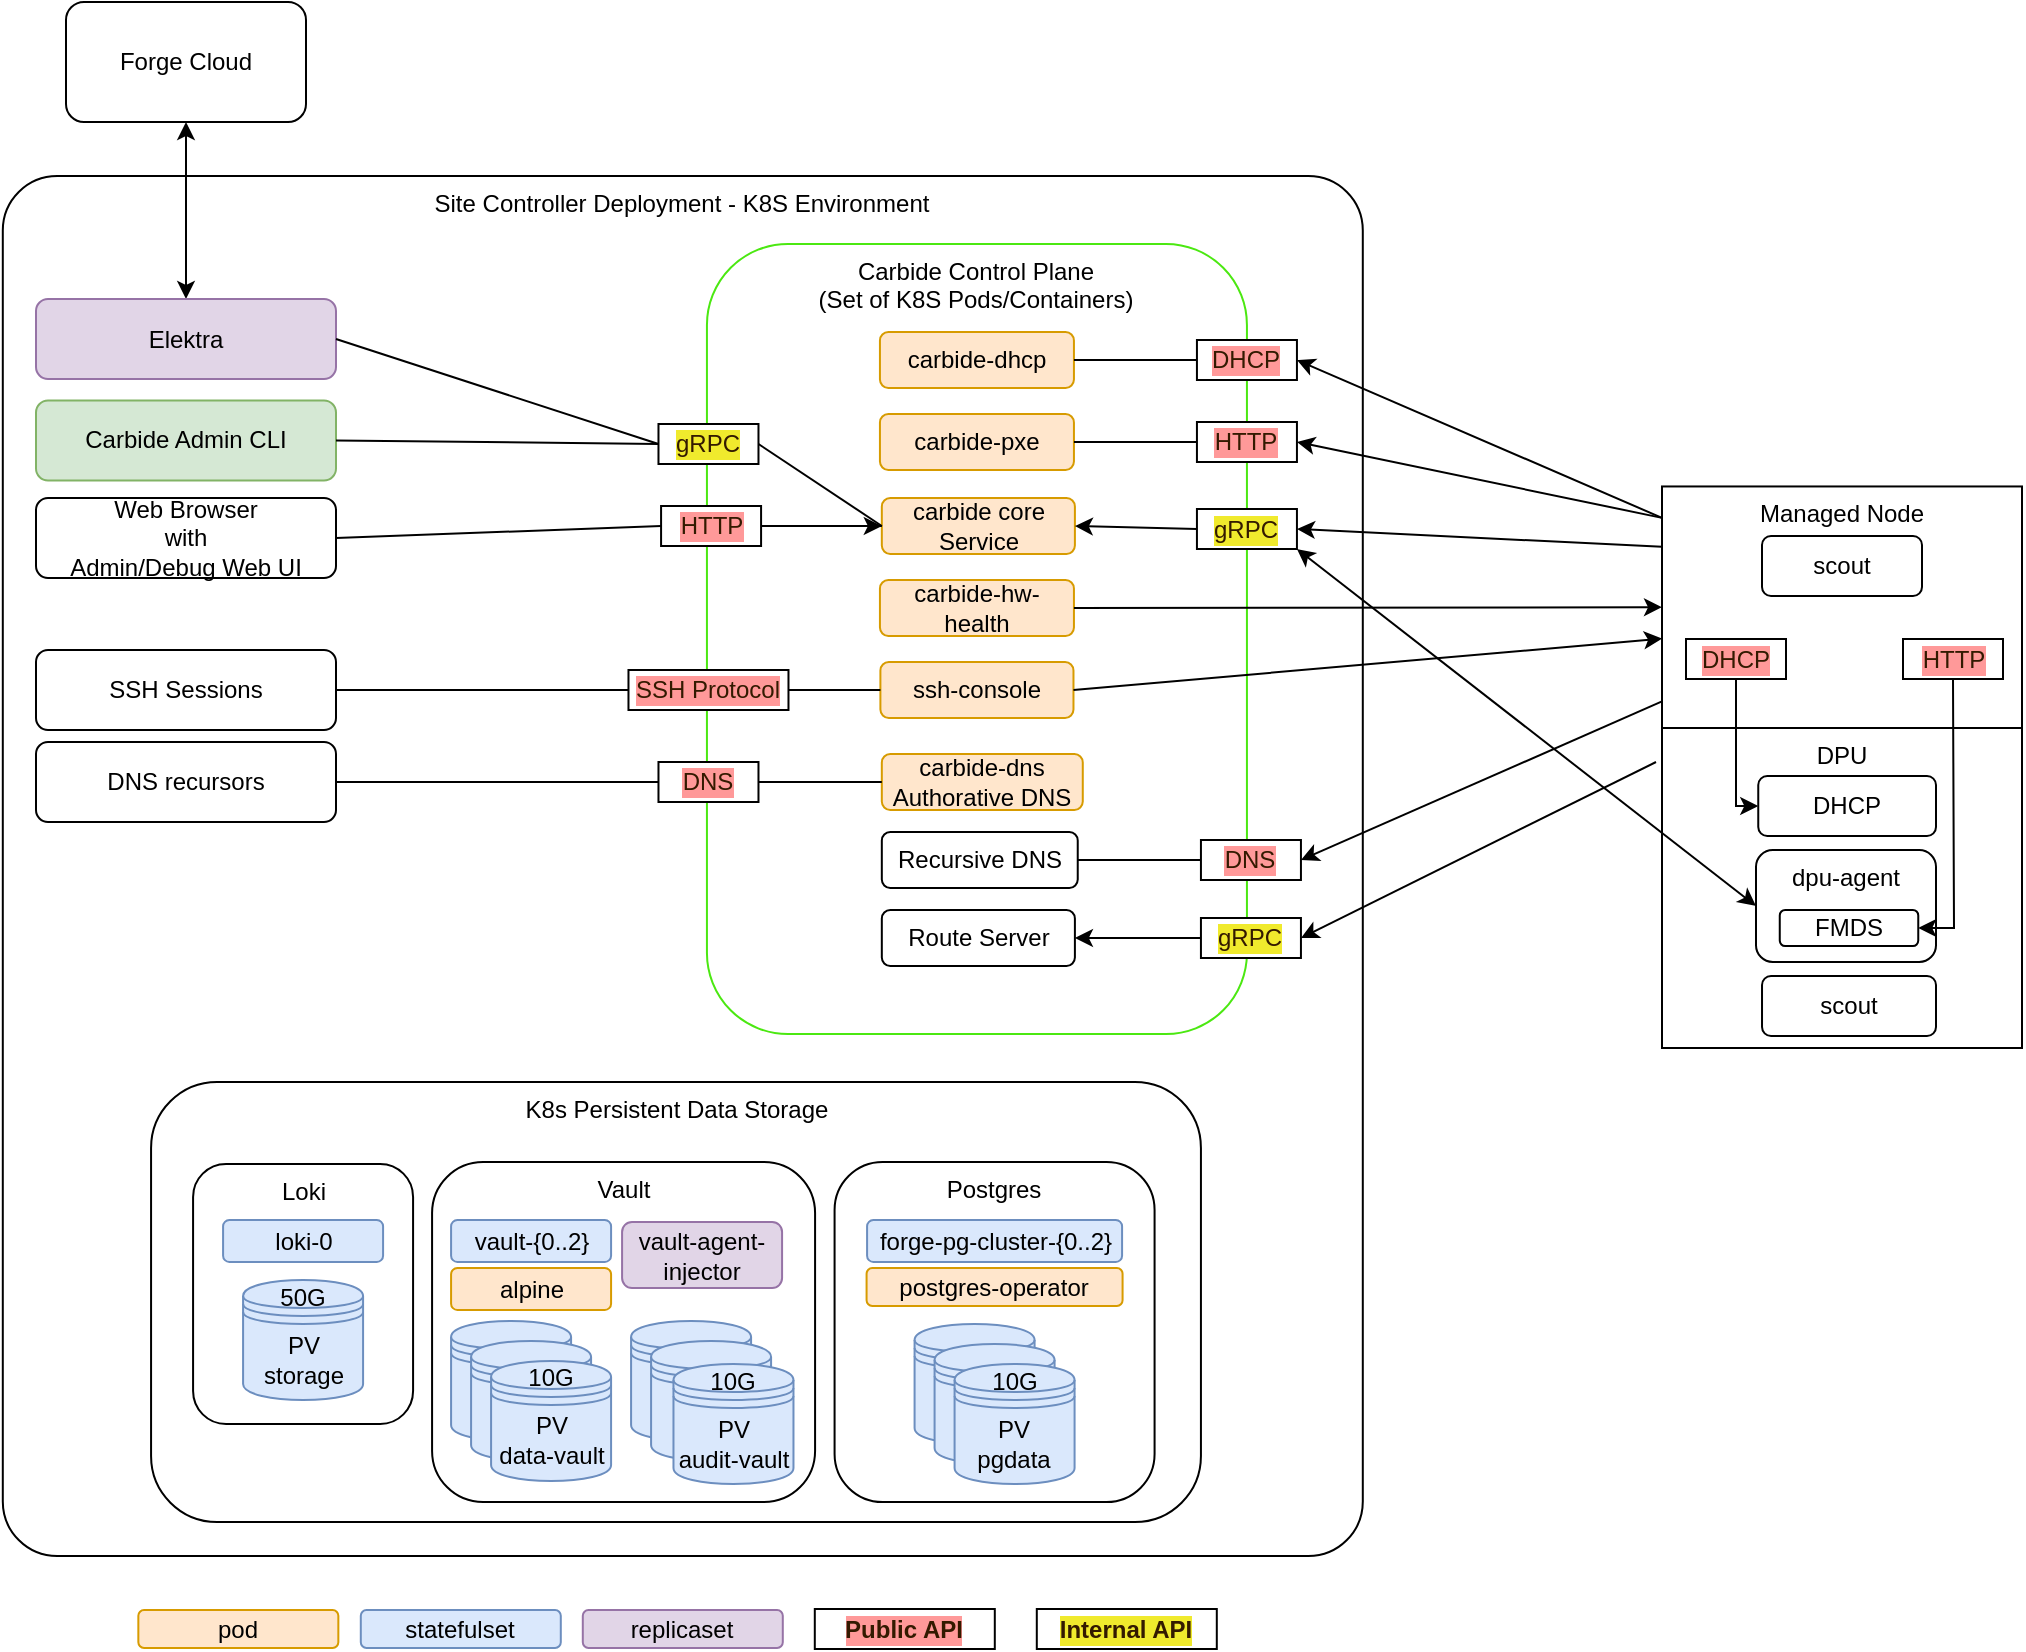
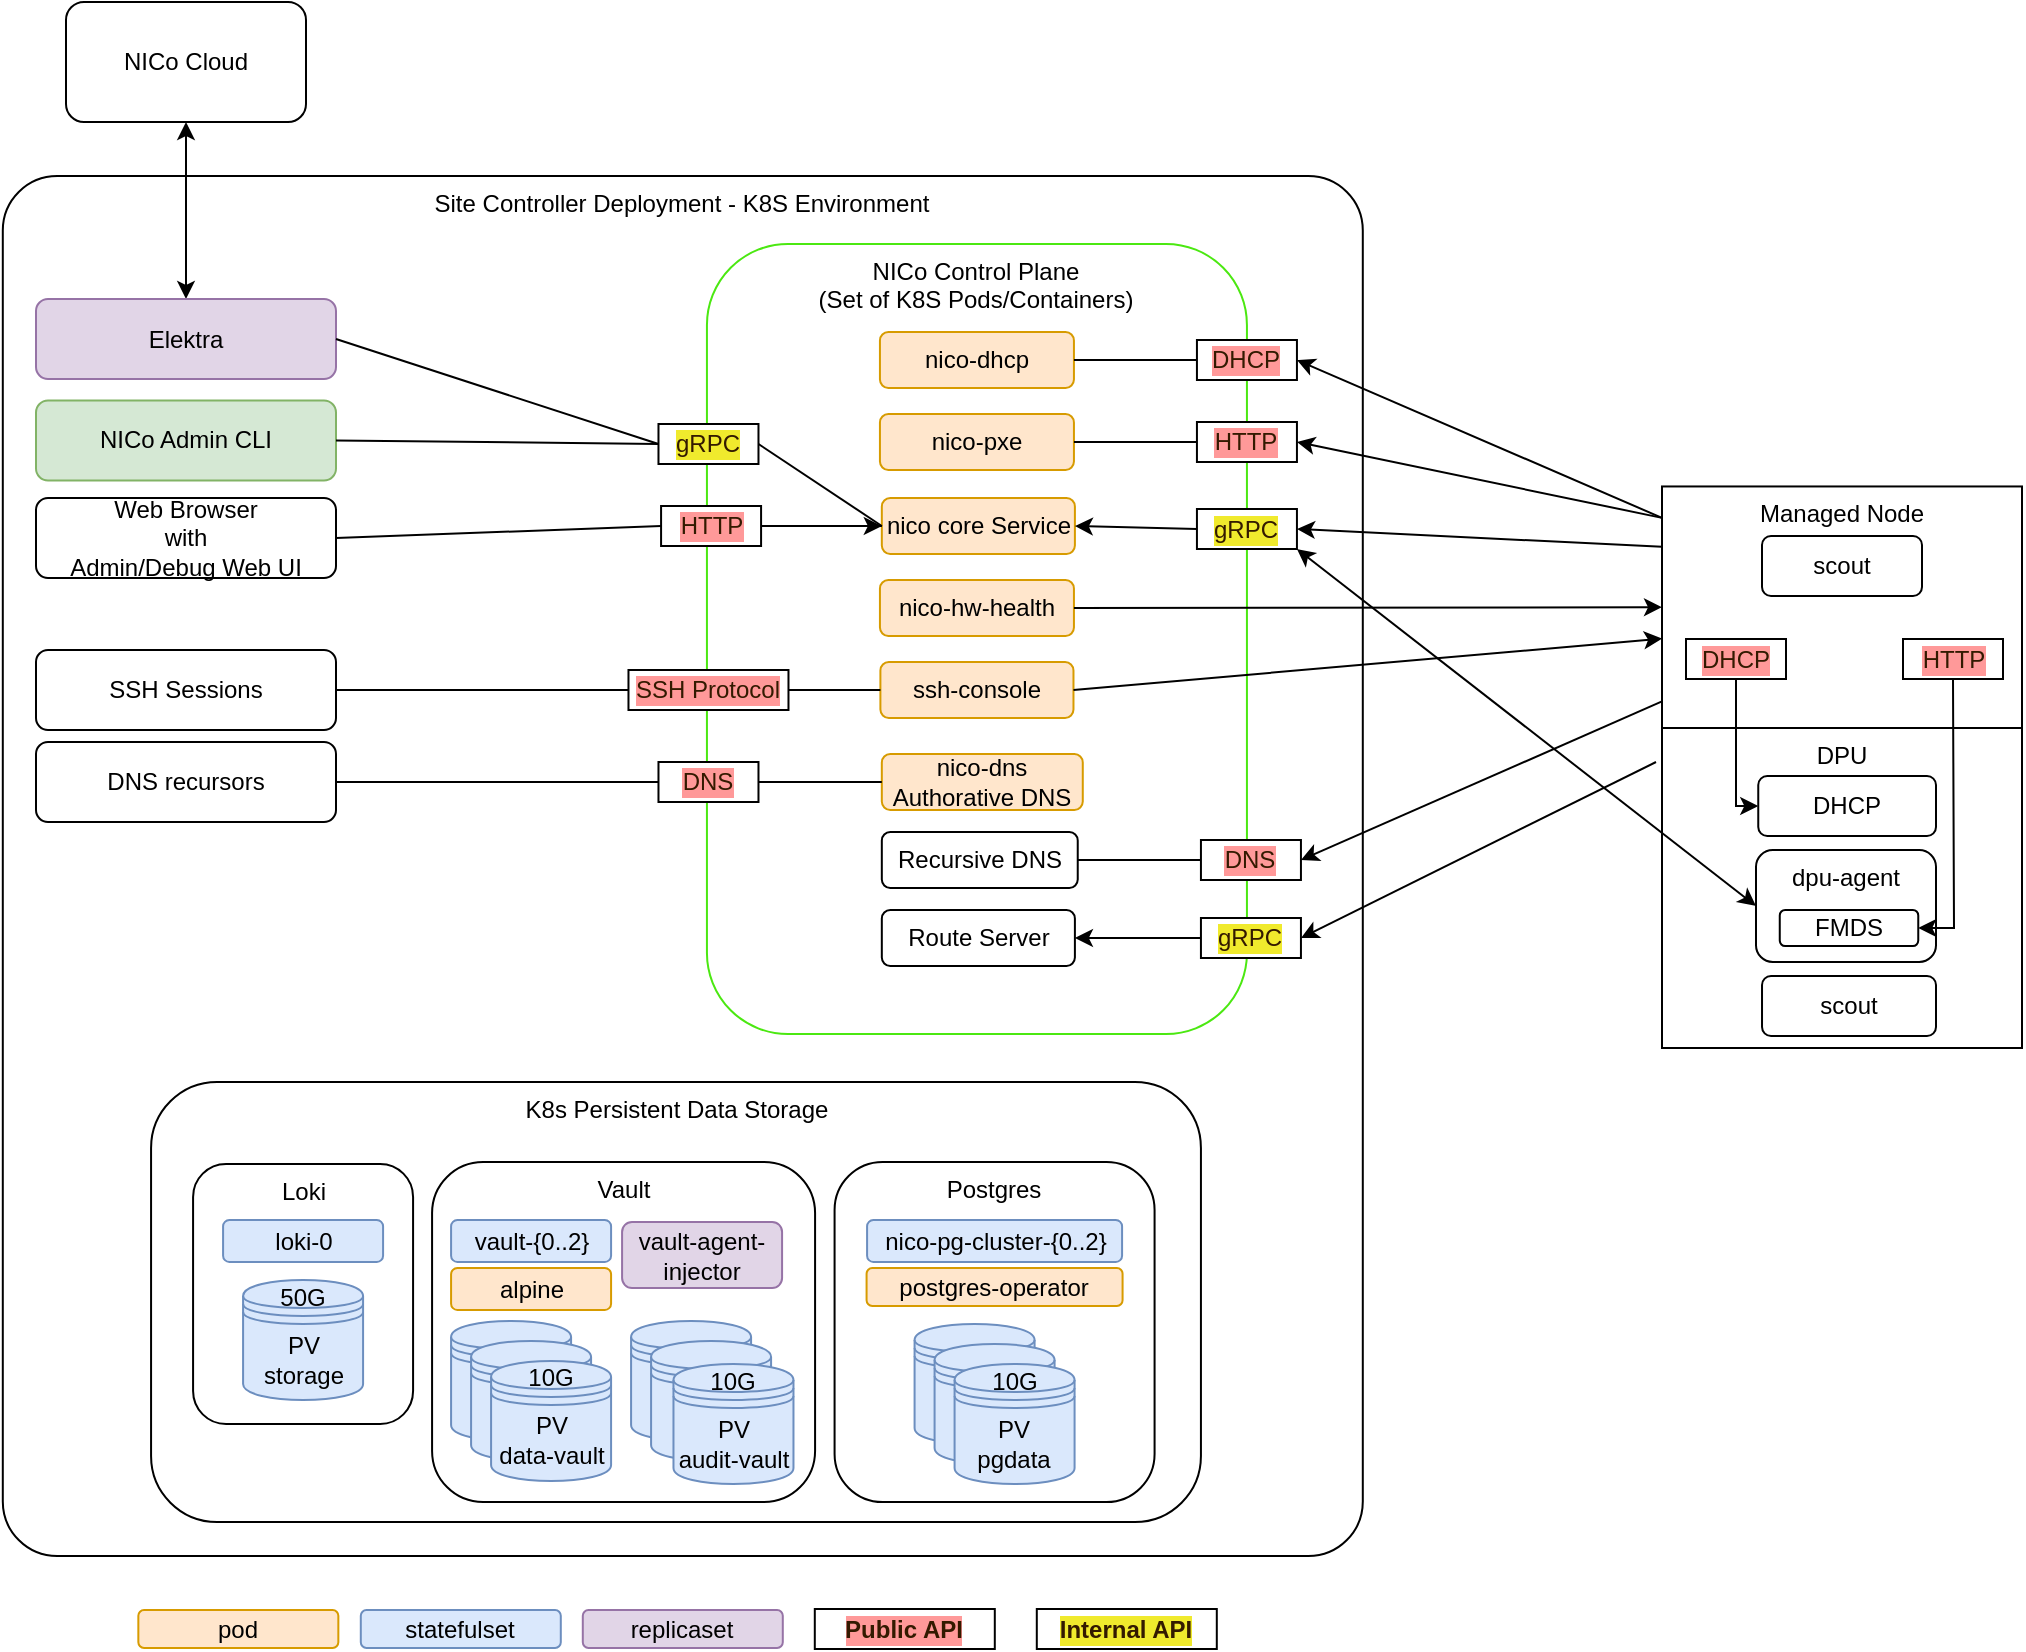
<mxfile host="65bd71144e" pages="2">
    <diagram id="R2lEEEUBdFMjLlhIrx00" name="Overview">
        <mxGraphModel dx="1166" dy="430" grid="1" gridSize="10" guides="1" tooltips="1" connect="1" arrows="1" fold="1" page="1" pageScale="1" pageWidth="1100" pageHeight="850" math="0" shadow="0" extFonts="Permanent Marker^https://fonts.googleapis.com/css?family=Permanent+Marker">
            <root>
                <mxCell id="0"/>
                <mxCell id="1" parent="0"/>
                <mxCell id="wGNIvQwCsBn2g2Wclrgp-5" value="DPU" style="rounded=0;whiteSpace=wrap;html=1;verticalAlign=top;" parent="1" vertex="1">
                    <mxGeometry x="853" y="373" width="180" height="160" as="geometry"/>
                </mxCell>
                <mxCell id="OnUyD9epwY-l-0xxfrMa-27" value="Site Controller Deployment - K8S Environment" style="rounded=1;whiteSpace=wrap;html=1;arcSize=4;verticalAlign=top;" parent="1" vertex="1">
                    <mxGeometry x="23.4" y="97" width="680" height="690" as="geometry"/>
                </mxCell>
                <mxCell id="OnUyD9epwY-l-0xxfrMa-1" value="K8s Persistent Data Storage" style="rounded=1;whiteSpace=wrap;html=1;verticalAlign=top;" parent="1" vertex="1">
                    <mxGeometry x="97.53500000000003" y="550" width="524.93" height="220" as="geometry"/>
                </mxCell>
                <mxCell id="7C67GhcwbR5JgGBr9r55-4" style="edgeStyle=orthogonalEdgeStyle;rounded=0;orthogonalLoop=1;jettySize=auto;html=1;exitX=0.5;exitY=1;exitDx=0;exitDy=0;entryX=0.5;entryY=0;entryDx=0;entryDy=0;strokeColor=default;startArrow=classic;startFill=1;" parent="1" source="7C67GhcwbR5JgGBr9r55-3" target="7C67GhcwbR5JgGBr9r55-6" edge="1">
                    <mxGeometry relative="1" as="geometry"/>
                </mxCell>
-                 <mxCell id="7C67GhcwbR5JgGBr9r55-3" value="Forge Cloud" style="rounded=1;whiteSpace=wrap;html=1;" parent="1" vertex="1">
+                 <mxCell id="7C67GhcwbR5JgGBr9r55-3" value="NICo Cloud" style="rounded=1;whiteSpace=wrap;html=1;" parent="1" vertex="1">
                    <mxGeometry x="55" y="10" width="120" height="60" as="geometry"/>
                </mxCell>
-                 <mxCell id="7C67GhcwbR5JgGBr9r55-5" value="Carbide Control Plane&lt;br&gt;(Set of K8S Pods/Containers)" style="rounded=1;whiteSpace=wrap;html=1;verticalAlign=top;strokeColor=#4be811;" parent="1" vertex="1">
+                 <mxCell id="7C67GhcwbR5JgGBr9r55-5" value="NICo Control Plane&lt;br&gt;(Set of K8S Pods/Containers)" style="rounded=1;whiteSpace=wrap;html=1;verticalAlign=top;strokeColor=#4be811;" parent="1" vertex="1">
                    <mxGeometry x="375.47" y="131" width="270" height="395" as="geometry"/>
                </mxCell>
                <mxCell id="7C67GhcwbR5JgGBr9r55-6" value="Elektra" style="rounded=1;whiteSpace=wrap;html=1;verticalAlign=middle;fillColor=#e1d5e7;strokeColor=#9673a6;" parent="1" vertex="1">
                    <mxGeometry x="40" y="158.5" width="150" height="40" as="geometry"/>
                </mxCell>
-                 <mxCell id="7C67GhcwbR5JgGBr9r55-8" value="forge-pg-cluster-{0..2}" style="rounded=1;whiteSpace=wrap;html=1;fillColor=#dae8fc;strokeColor=#6c8ebf;" parent="1" vertex="1">
+                 <mxCell id="7C67GhcwbR5JgGBr9r55-8" value="nico-pg-cluster-{0..2}" style="rounded=1;whiteSpace=wrap;html=1;fillColor=#dae8fc;strokeColor=#6c8ebf;" parent="1" vertex="1">
                    <mxGeometry x="455.5400000000001" y="619" width="127.5" height="21" as="geometry"/>
                </mxCell>
                <mxCell id="7C67GhcwbR5JgGBr9r55-9" value="vault-{0..2}" style="rounded=1;whiteSpace=wrap;html=1;fillColor=#dae8fc;strokeColor=#6c8ebf;" parent="1" vertex="1">
                    <mxGeometry x="247.54000000000002" y="619" width="80" height="21" as="geometry"/>
                </mxCell>
                <mxCell id="7C67GhcwbR5JgGBr9r55-15" value="gRPC" style="html=1;whiteSpace=wrap;container=1;recursiveResize=0;collapsible=0;labelBackgroundColor=#f0ea2d;fontColor=#331A00;" parent="1" vertex="1">
                    <mxGeometry x="351.24" y="221" width="50" height="20" as="geometry"/>
                </mxCell>
                <mxCell id="7C67GhcwbR5JgGBr9r55-19" value="" style="shape=datastore;whiteSpace=wrap;html=1;fillColor=#dae8fc;strokeColor=#6c8ebf;" parent="1" vertex="1">
                    <mxGeometry x="247.54000000000002" y="669.5" width="60" height="60" as="geometry"/>
                </mxCell>
                <mxCell id="7C67GhcwbR5JgGBr9r55-21" value="" style="shape=datastore;whiteSpace=wrap;html=1;fillColor=#dae8fc;strokeColor=#6c8ebf;" parent="1" vertex="1">
                    <mxGeometry x="257.54" y="679.5" width="60" height="60" as="geometry"/>
                </mxCell>
                <mxCell id="7C67GhcwbR5JgGBr9r55-22" value="PV&lt;br&gt;data-vault" style="shape=datastore;whiteSpace=wrap;html=1;fillColor=#dae8fc;strokeColor=#6c8ebf;" parent="1" vertex="1">
                    <mxGeometry x="267.54" y="689.5" width="60" height="60" as="geometry"/>
                </mxCell>
                <mxCell id="7C67GhcwbR5JgGBr9r55-27" value="" style="shape=datastore;whiteSpace=wrap;html=1;fillColor=#dae8fc;strokeColor=#6c8ebf;" parent="1" vertex="1">
                    <mxGeometry x="479.2900000000001" y="671" width="60" height="60" as="geometry"/>
                </mxCell>
                <mxCell id="7C67GhcwbR5JgGBr9r55-28" value="" style="shape=datastore;whiteSpace=wrap;html=1;fillColor=#dae8fc;strokeColor=#6c8ebf;" parent="1" vertex="1">
                    <mxGeometry x="489.2900000000001" y="681" width="60" height="60" as="geometry"/>
                </mxCell>
                <mxCell id="7C67GhcwbR5JgGBr9r55-29" value="PV&lt;br&gt;pgdata" style="shape=datastore;whiteSpace=wrap;html=1;fillColor=#dae8fc;strokeColor=#6c8ebf;" parent="1" vertex="1">
                    <mxGeometry x="499.2900000000001" y="691" width="60" height="60" as="geometry"/>
                </mxCell>
-                 <mxCell id="7C67GhcwbR5JgGBr9r55-32" value="carbide-dhcp" style="rounded=1;whiteSpace=wrap;html=1;fillColor=#ffe6cc;strokeColor=#d79b00;" parent="1" vertex="1">
+                 <mxCell id="7C67GhcwbR5JgGBr9r55-32" value="nico-dhcp" style="rounded=1;whiteSpace=wrap;html=1;fillColor=#ffe6cc;strokeColor=#d79b00;" parent="1" vertex="1">
                    <mxGeometry x="461.97" y="175" width="97" height="28" as="geometry"/>
                </mxCell>
-                 <mxCell id="7C67GhcwbR5JgGBr9r55-33" value="carbide-pxe" style="rounded=1;whiteSpace=wrap;html=1;fillColor=#ffe6cc;strokeColor=#d79b00;" parent="1" vertex="1">
+                 <mxCell id="7C67GhcwbR5JgGBr9r55-33" value="nico-pxe" style="rounded=1;whiteSpace=wrap;html=1;fillColor=#ffe6cc;strokeColor=#d79b00;" parent="1" vertex="1">
                    <mxGeometry x="461.97" y="216" width="97" height="28" as="geometry"/>
                </mxCell>
-                 <mxCell id="7C67GhcwbR5JgGBr9r55-35" value="carbide-hw-health" style="rounded=1;whiteSpace=wrap;html=1;fillColor=#ffe6cc;strokeColor=#d79b00;" parent="1" vertex="1">
+                 <mxCell id="7C67GhcwbR5JgGBr9r55-35" value="nico-hw-health" style="rounded=1;whiteSpace=wrap;html=1;fillColor=#ffe6cc;strokeColor=#d79b00;" parent="1" vertex="1">
                    <mxGeometry x="461.97" y="299" width="97" height="28" as="geometry"/>
                </mxCell>
                <mxCell id="7C67GhcwbR5JgGBr9r55-36" value="ssh-console" style="rounded=1;whiteSpace=wrap;html=1;fillColor=#ffe6cc;strokeColor=#d79b00;" parent="1" vertex="1">
                    <mxGeometry x="462.20000000000005" y="340" width="96.54" height="28" as="geometry"/>
                </mxCell>
                <mxCell id="7C67GhcwbR5JgGBr9r55-39" value="Route Server" style="rounded=1;whiteSpace=wrap;html=1;" parent="1" vertex="1">
                    <mxGeometry x="462.91" y="464" width="96.54" height="28" as="geometry"/>
                </mxCell>
                <mxCell id="7C67GhcwbR5JgGBr9r55-40" value="Recursive DNS" style="rounded=1;whiteSpace=wrap;html=1;" parent="1" vertex="1">
                    <mxGeometry x="462.91" y="425" width="97.96" height="28" as="geometry"/>
                </mxCell>
-                 <mxCell id="7C67GhcwbR5JgGBr9r55-41" value="carbide core Service" style="rounded=1;whiteSpace=wrap;html=1;fillColor=#ffe6cc;strokeColor=#d79b00;" parent="1" vertex="1">
+                 <mxCell id="7C67GhcwbR5JgGBr9r55-41" value="nico core Service" style="rounded=1;whiteSpace=wrap;html=1;fillColor=#ffe6cc;strokeColor=#d79b00;" parent="1" vertex="1">
                    <mxGeometry x="462.90999999999997" y="258" width="96.54" height="28" as="geometry"/>
                </mxCell>
                <mxCell id="7C67GhcwbR5JgGBr9r55-42" value="" style="endArrow=none;startArrow=classic;html=1;rounded=0;exitX=1;exitY=0.5;exitDx=0;exitDy=0;startFill=1;endFill=0;entryX=0;entryY=0.25;entryDx=0;entryDy=0;entryPerimeter=0;" parent="1" source="7C67GhcwbR5JgGBr9r55-43" target="08AUorAj9b1juGsJN-gT-1" edge="1">
                    <mxGeometry width="50" height="50" relative="1" as="geometry">
                        <mxPoint x="600" y="394" as="sourcePoint"/>
                        <mxPoint x="850" y="300" as="targetPoint"/>
                    </mxGeometry>
                </mxCell>
                <mxCell id="7C67GhcwbR5JgGBr9r55-44" value="" style="endArrow=none;startArrow=classic;html=1;rounded=0;entryX=0;entryY=0.5;entryDx=0;entryDy=0;exitX=1;exitY=0.5;exitDx=0;exitDy=0;endFill=0;" parent="1" source="7C67GhcwbR5JgGBr9r55-41" target="7C67GhcwbR5JgGBr9r55-43" edge="1">
                    <mxGeometry width="50" height="50" relative="1" as="geometry">
                        <mxPoint x="512.47" y="310" as="sourcePoint"/>
                        <mxPoint x="802.47" y="310" as="targetPoint"/>
                    </mxGeometry>
                </mxCell>
                <mxCell id="7C67GhcwbR5JgGBr9r55-43" value="gRPC" style="html=1;whiteSpace=wrap;container=1;recursiveResize=0;collapsible=0;labelBackgroundColor=#f0ea2d;fontColor=#331A00;" parent="1" vertex="1">
                    <mxGeometry x="620.47" y="263.5" width="50" height="20" as="geometry"/>
                </mxCell>
                <mxCell id="7C67GhcwbR5JgGBr9r55-45" value="DHCP" style="rounded=1;whiteSpace=wrap;html=1;" parent="1" vertex="1">
                    <mxGeometry x="901.13" y="397" width="88.87" height="30" as="geometry"/>
                </mxCell>
                <mxCell id="7C67GhcwbR5JgGBr9r55-47" value="dpu-agent" style="rounded=1;whiteSpace=wrap;html=1;verticalAlign=top;" parent="1" vertex="1">
                    <mxGeometry x="900" y="434" width="90" height="56" as="geometry"/>
                </mxCell>
                <mxCell id="7C67GhcwbR5JgGBr9r55-50" value="" style="endArrow=none;html=1;rounded=0;entryX=1;entryY=0.5;entryDx=0;entryDy=0;exitX=0;exitY=0.5;exitDx=0;exitDy=0;endFill=0;" parent="1" source="7C67GhcwbR5JgGBr9r55-51" target="7C67GhcwbR5JgGBr9r55-40" edge="1">
                    <mxGeometry width="50" height="50" relative="1" as="geometry">
                        <mxPoint x="762.47" y="380" as="sourcePoint"/>
                        <mxPoint x="682.47" y="460" as="targetPoint"/>
                    </mxGeometry>
                </mxCell>
                <mxCell id="7C67GhcwbR5JgGBr9r55-53" value="" style="endArrow=classic;html=1;rounded=0;exitX=0;exitY=0.89;exitDx=0;exitDy=0;entryX=1;entryY=0.5;entryDx=0;entryDy=0;exitPerimeter=0;" parent="1" source="08AUorAj9b1juGsJN-gT-1" target="7C67GhcwbR5JgGBr9r55-51" edge="1">
                    <mxGeometry width="50" height="50" relative="1" as="geometry">
                        <mxPoint x="920" y="364" as="sourcePoint"/>
                        <mxPoint x="590" y="476" as="targetPoint"/>
                    </mxGeometry>
                </mxCell>
                <mxCell id="7C67GhcwbR5JgGBr9r55-51" value="DNS" style="html=1;whiteSpace=wrap;container=1;recursiveResize=0;collapsible=0;labelBackgroundColor=#FF9999;fontColor=#331A00;rotation=0;" parent="1" vertex="1">
                    <mxGeometry x="622.47" y="429" width="50" height="20" as="geometry"/>
                </mxCell>
                <mxCell id="7C67GhcwbR5JgGBr9r55-54" value="" style="endArrow=classic;html=1;rounded=0;entryX=1;entryY=0.5;entryDx=0;entryDy=0;" parent="1" target="7C67GhcwbR5JgGBr9r55-55" edge="1">
                    <mxGeometry width="50" height="50" relative="1" as="geometry">
                        <mxPoint x="850" y="390" as="sourcePoint"/>
                        <mxPoint x="650" y="514" as="targetPoint"/>
                    </mxGeometry>
                </mxCell>
                <mxCell id="7C67GhcwbR5JgGBr9r55-55" value="gRPC" style="html=1;whiteSpace=wrap;container=1;recursiveResize=0;collapsible=0;labelBackgroundColor=#f0ea2d;fontColor=#331A00;" parent="1" vertex="1">
                    <mxGeometry x="622.47" y="468" width="50" height="20" as="geometry"/>
                </mxCell>
                <mxCell id="7C67GhcwbR5JgGBr9r55-57" value="" style="endArrow=classic;html=1;rounded=0;exitX=0;exitY=0.5;exitDx=0;exitDy=0;entryX=1;entryY=0.5;entryDx=0;entryDy=0;" parent="1" source="7C67GhcwbR5JgGBr9r55-55" target="7C67GhcwbR5JgGBr9r55-39" edge="1">
                    <mxGeometry width="50" height="50" relative="1" as="geometry">
                        <mxPoint x="632.47" y="510" as="sourcePoint"/>
                        <mxPoint x="682.47" y="460" as="targetPoint"/>
                    </mxGeometry>
                </mxCell>
                <mxCell id="7C67GhcwbR5JgGBr9r55-59" value="" style="endArrow=classic;html=1;rounded=0;entryX=0;entryY=0.63;entryDx=0;entryDy=0;exitX=1;exitY=0.5;exitDx=0;exitDy=0;entryPerimeter=0;" parent="1" source="7C67GhcwbR5JgGBr9r55-36" target="08AUorAj9b1juGsJN-gT-1" edge="1">
                    <mxGeometry width="50" height="50" relative="1" as="geometry">
                        <mxPoint x="600" y="564" as="sourcePoint"/>
                        <mxPoint x="650" y="514" as="targetPoint"/>
                    </mxGeometry>
                </mxCell>
-                 <mxCell id="7C67GhcwbR5JgGBr9r55-61" value="carbide-dns&lt;br&gt;Authorative DNS" style="rounded=1;whiteSpace=wrap;html=1;fillColor=#ffe6cc;strokeColor=#d79b00;" parent="1" vertex="1">
+                 <mxCell id="7C67GhcwbR5JgGBr9r55-61" value="nico-dns&lt;br&gt;Authorative DNS" style="rounded=1;whiteSpace=wrap;html=1;fillColor=#ffe6cc;strokeColor=#d79b00;" parent="1" vertex="1">
                    <mxGeometry x="462.91" y="386" width="100.48" height="28" as="geometry"/>
                </mxCell>
                <mxCell id="7C67GhcwbR5JgGBr9r55-62" value="loki-0" style="rounded=1;whiteSpace=wrap;html=1;labelBackgroundColor=none;fillColor=#dae8fc;strokeColor=#6c8ebf;" parent="1" vertex="1">
                    <mxGeometry x="133.54" y="619" width="80" height="21" as="geometry"/>
                </mxCell>
                <mxCell id="7C67GhcwbR5JgGBr9r55-63" value="" style="shape=datastore;whiteSpace=wrap;html=1;fillColor=#dae8fc;strokeColor=#6c8ebf;" parent="1" vertex="1">
                    <mxGeometry x="337.54" y="669.5" width="60" height="60" as="geometry"/>
                </mxCell>
                <mxCell id="7C67GhcwbR5JgGBr9r55-64" value="" style="shape=datastore;whiteSpace=wrap;html=1;fillColor=#dae8fc;strokeColor=#6c8ebf;" parent="1" vertex="1">
                    <mxGeometry x="347.54" y="679.5" width="60" height="60" as="geometry"/>
                </mxCell>
                <mxCell id="7C67GhcwbR5JgGBr9r55-65" value="PV&lt;br&gt;audit-vault" style="shape=datastore;whiteSpace=wrap;html=1;fillColor=#dae8fc;strokeColor=#6c8ebf;" parent="1" vertex="1">
                    <mxGeometry x="358.74" y="691" width="60" height="60" as="geometry"/>
                </mxCell>
                <mxCell id="7C67GhcwbR5JgGBr9r55-66" value="Postgres" style="rounded=1;whiteSpace=wrap;html=1;strokeWidth=1;perimeterSpacing=1;fillColor=none;verticalAlign=top;" parent="1" vertex="1">
                    <mxGeometry x="439.2900000000001" y="590" width="160" height="170" as="geometry"/>
                </mxCell>
                <mxCell id="7C67GhcwbR5JgGBr9r55-68" value="Vault" style="rounded=1;whiteSpace=wrap;html=1;strokeWidth=1;perimeterSpacing=1;fillColor=none;verticalAlign=top;" parent="1" vertex="1">
                    <mxGeometry x="238.04000000000002" y="590" width="191.5" height="170" as="geometry"/>
                </mxCell>
                <mxCell id="08AUorAj9b1juGsJN-gT-1" value="Managed Node" style="rounded=0;whiteSpace=wrap;html=1;verticalAlign=top;points=[[0,0,0,0,0],[0,0.13,0,0,0],[0,0.25,0,0,0],[0,0.38,0,0,0],[0,0.5,0,0,0],[0,0.63,0,0,0],[0,0.75,0,0,0],[0,0.89,0,0,0],[0,1,0,0,0],[0.25,0,0,0,0],[0.25,1,0,0,0],[0.5,0,0,0,0],[0.5,1,0,0,0],[0.75,0,0,0,0],[0.75,1,0,0,0],[1,0,0,0,0],[1,0.25,0,0,0],[1,0.5,0,0,0],[1,0.75,0,0,0],[1,1,0,0,0]];" parent="1" vertex="1">
                    <mxGeometry x="853" y="252.23" width="180" height="120.77" as="geometry"/>
                </mxCell>
                <mxCell id="08AUorAj9b1juGsJN-gT-2" value="scout" style="rounded=1;whiteSpace=wrap;html=1;" parent="1" vertex="1">
                    <mxGeometry x="903" y="277" width="80" height="30" as="geometry"/>
                </mxCell>
                <mxCell id="08AUorAj9b1juGsJN-gT-3" value="PV &lt;br&gt;storage" style="shape=datastore;whiteSpace=wrap;html=1;fillColor=#dae8fc;strokeColor=#6c8ebf;" parent="1" vertex="1">
                    <mxGeometry x="143.54000000000002" y="649" width="60" height="60" as="geometry"/>
                </mxCell>
                <mxCell id="08AUorAj9b1juGsJN-gT-4" value="Loki" style="rounded=1;whiteSpace=wrap;html=1;strokeWidth=1;perimeterSpacing=1;fillColor=none;verticalAlign=top;" parent="1" vertex="1">
                    <mxGeometry x="118.53999999999999" y="591" width="110" height="130" as="geometry"/>
                </mxCell>
                <mxCell id="08AUorAj9b1juGsJN-gT-5" value="" style="endArrow=none;html=1;rounded=0;exitX=0;exitY=0.5;exitDx=0;exitDy=0;entryX=1;entryY=0.5;entryDx=0;entryDy=0;endFill=0;" parent="1" source="08AUorAj9b1juGsJN-gT-6" target="7C67GhcwbR5JgGBr9r55-32" edge="1">
                    <mxGeometry width="50" height="50" relative="1" as="geometry">
                        <mxPoint x="742.47" y="505" as="sourcePoint"/>
                        <mxPoint x="792.47" y="455" as="targetPoint"/>
                    </mxGeometry>
                </mxCell>
                <mxCell id="08AUorAj9b1juGsJN-gT-8" value="" style="endArrow=classic;html=1;rounded=0;exitX=0;exitY=0.13;exitDx=0;exitDy=0;exitPerimeter=0;entryX=1;entryY=0.5;entryDx=0;entryDy=0;" parent="1" source="08AUorAj9b1juGsJN-gT-1" target="08AUorAj9b1juGsJN-gT-6" edge="1">
                    <mxGeometry width="50" height="50" relative="1" as="geometry">
                        <mxPoint x="900" y="288" as="sourcePoint"/>
                        <mxPoint x="590" y="195" as="targetPoint"/>
                    </mxGeometry>
                </mxCell>
                <mxCell id="08AUorAj9b1juGsJN-gT-6" value="DHCP" style="html=1;whiteSpace=wrap;container=1;recursiveResize=0;collapsible=0;labelBackgroundColor=#ff9999;fontColor=#331A00;" parent="1" vertex="1">
                    <mxGeometry x="620.47" y="179" width="50" height="20" as="geometry"/>
                </mxCell>
                <mxCell id="08AUorAj9b1juGsJN-gT-9" value="" style="endArrow=classic;html=1;rounded=0;exitX=0;exitY=0.13;exitDx=0;exitDy=0;exitPerimeter=0;entryX=1;entryY=0.5;entryDx=0;entryDy=0;" parent="1" source="08AUorAj9b1juGsJN-gT-1" target="08AUorAj9b1juGsJN-gT-11" edge="1">
                    <mxGeometry width="50" height="50" relative="1" as="geometry">
                        <mxPoint x="870" y="284" as="sourcePoint"/>
                        <mxPoint x="790" y="274" as="targetPoint"/>
                    </mxGeometry>
                </mxCell>
                <mxCell id="08AUorAj9b1juGsJN-gT-10" value="" style="endArrow=none;html=1;rounded=0;exitX=0;exitY=0.5;exitDx=0;exitDy=0;entryX=1;entryY=0.5;entryDx=0;entryDy=0;endFill=0;" parent="1" source="08AUorAj9b1juGsJN-gT-11" target="7C67GhcwbR5JgGBr9r55-33" edge="1">
                    <mxGeometry width="50" height="50" relative="1" as="geometry">
                        <mxPoint x="742.47" y="543" as="sourcePoint"/>
                        <mxPoint x="622.47" y="234" as="targetPoint"/>
                    </mxGeometry>
                </mxCell>
                <mxCell id="08AUorAj9b1juGsJN-gT-11" value="&lt;span style=&quot;color: rgb(51, 26, 0);&quot;&gt;HTTP&lt;/span&gt;" style="html=1;whiteSpace=wrap;container=1;recursiveResize=0;collapsible=0;labelBackgroundColor=#ff9999;fontColor=#331A00;" parent="1" vertex="1">
                    <mxGeometry x="620.47" y="220" width="50" height="20" as="geometry"/>
                </mxCell>
                <mxCell id="08AUorAj9b1juGsJN-gT-12" value="" style="endArrow=classic;html=1;rounded=0;exitX=1;exitY=0.5;exitDx=0;exitDy=0;entryX=0;entryY=0.5;entryDx=0;entryDy=0;entryPerimeter=0;" parent="1" source="7C67GhcwbR5JgGBr9r55-35" target="08AUorAj9b1juGsJN-gT-1" edge="1">
                    <mxGeometry width="50" height="50" relative="1" as="geometry">
                        <mxPoint x="710" y="504" as="sourcePoint"/>
                        <mxPoint x="760" y="454" as="targetPoint"/>
                    </mxGeometry>
                </mxCell>
                <mxCell id="08AUorAj9b1juGsJN-gT-13" value="replicaset" style="rounded=1;whiteSpace=wrap;html=1;fillColor=#e1d5e7;strokeColor=#9673a6;" parent="1" vertex="1">
                    <mxGeometry x="313.4" y="814" width="100" height="19" as="geometry"/>
                </mxCell>
                <mxCell id="08AUorAj9b1juGsJN-gT-14" value="statefulset" style="rounded=1;whiteSpace=wrap;html=1;fillColor=#dae8fc;strokeColor=#6c8ebf;" parent="1" vertex="1">
                    <mxGeometry x="202.4" y="814" width="100" height="19" as="geometry"/>
                </mxCell>
                <mxCell id="08AUorAj9b1juGsJN-gT-15" value="postgres-operator" style="rounded=1;whiteSpace=wrap;html=1;fillColor=#ffe6cc;strokeColor=#d79b00;" parent="1" vertex="1">
                    <mxGeometry x="455.2900000000001" y="643" width="128" height="19" as="geometry"/>
                </mxCell>
                <mxCell id="08AUorAj9b1juGsJN-gT-16" value="alpine" style="rounded=1;whiteSpace=wrap;html=1;fillColor=#ffe6cc;strokeColor=#d79b00;" parent="1" vertex="1">
                    <mxGeometry x="247.54000000000002" y="643" width="80" height="21" as="geometry"/>
                </mxCell>
                <mxCell id="08AUorAj9b1juGsJN-gT-17" value="vault-agent-injector" style="rounded=1;whiteSpace=wrap;html=1;fillColor=#e1d5e7;strokeColor=#9673a6;" parent="1" vertex="1">
                    <mxGeometry x="333.04" y="620" width="80" height="33" as="geometry"/>
                </mxCell>
                <mxCell id="08AUorAj9b1juGsJN-gT-19" value="pod" style="rounded=1;whiteSpace=wrap;html=1;fillColor=#ffe6cc;strokeColor=#d79b00;" parent="1" vertex="1">
                    <mxGeometry x="91.16999999999999" y="814" width="100" height="19" as="geometry"/>
                </mxCell>
                <mxCell id="OnUyD9epwY-l-0xxfrMa-2" value="DNS recursors" style="rounded=1;whiteSpace=wrap;html=1;" parent="1" vertex="1">
                    <mxGeometry x="40" y="380" width="150" height="40" as="geometry"/>
                </mxCell>
                <mxCell id="OnUyD9epwY-l-0xxfrMa-4" value="" style="endArrow=none;html=1;rounded=0;exitX=1;exitY=0.5;exitDx=0;exitDy=0;entryX=0;entryY=0.5;entryDx=0;entryDy=0;" parent="1" source="OnUyD9epwY-l-0xxfrMa-3" target="7C67GhcwbR5JgGBr9r55-61" edge="1">
                    <mxGeometry width="50" height="50" relative="1" as="geometry">
                        <mxPoint x="552.47" y="581" as="sourcePoint"/>
                        <mxPoint x="602.47" y="531" as="targetPoint"/>
                    </mxGeometry>
                </mxCell>
                <mxCell id="OnUyD9epwY-l-0xxfrMa-6" value="" style="endArrow=none;html=1;rounded=0;exitX=1;exitY=0.5;exitDx=0;exitDy=0;entryX=0;entryY=0.5;entryDx=0;entryDy=0;" parent="1" source="OnUyD9epwY-l-0xxfrMa-2" target="OnUyD9epwY-l-0xxfrMa-3" edge="1">
                    <mxGeometry width="50" height="50" relative="1" as="geometry">
                        <mxPoint x="191" y="482" as="sourcePoint"/>
                        <mxPoint x="359" y="481" as="targetPoint"/>
                    </mxGeometry>
                </mxCell>
                <mxCell id="OnUyD9epwY-l-0xxfrMa-3" value="DNS" style="html=1;whiteSpace=wrap;container=1;recursiveResize=0;collapsible=0;labelBackgroundColor=#FF9999;fontColor=#331A00;rotation=0;" parent="1" vertex="1">
                    <mxGeometry x="351.24" y="390" width="50" height="20" as="geometry"/>
                </mxCell>
                <mxCell id="OnUyD9epwY-l-0xxfrMa-7" value="Public API" style="html=1;whiteSpace=wrap;container=1;recursiveResize=0;collapsible=0;labelBackgroundColor=#FF9999;fontColor=#331A00;rotation=0;fontStyle=1" parent="1" vertex="1">
                    <mxGeometry x="429.4" y="813.5" width="90" height="20" as="geometry"/>
                </mxCell>
                <mxCell id="OnUyD9epwY-l-0xxfrMa-8" value="Internal API" style="html=1;whiteSpace=wrap;container=1;recursiveResize=0;collapsible=0;labelBackgroundColor=#f0ea2d;fontColor=#331A00;fontStyle=1" parent="1" vertex="1">
                    <mxGeometry x="540.4" y="813.5" width="90" height="20" as="geometry"/>
                </mxCell>
-                 <mxCell id="OnUyD9epwY-l-0xxfrMa-9" value="Carbide Admin CLI" style="rounded=1;whiteSpace=wrap;html=1;verticalAlign=middle;fillColor=#d5e8d4;strokeColor=#82b366;" parent="1" vertex="1">
+                 <mxCell id="OnUyD9epwY-l-0xxfrMa-9" value="NICo Admin CLI" style="rounded=1;whiteSpace=wrap;html=1;verticalAlign=middle;fillColor=#d5e8d4;strokeColor=#82b366;" parent="1" vertex="1">
                    <mxGeometry x="40" y="209.23" width="150" height="40" as="geometry"/>
                </mxCell>
                <mxCell id="OnUyD9epwY-l-0xxfrMa-10" value="" style="endArrow=none;html=1;rounded=0;entryX=1;entryY=0.5;entryDx=0;entryDy=0;exitX=0;exitY=0.5;exitDx=0;exitDy=0;" parent="1" source="7C67GhcwbR5JgGBr9r55-15" target="7C67GhcwbR5JgGBr9r55-6" edge="1">
                    <mxGeometry width="50" height="50" relative="1" as="geometry">
                        <mxPoint x="520" y="580" as="sourcePoint"/>
                        <mxPoint x="570" y="530" as="targetPoint"/>
                    </mxGeometry>
                </mxCell>
                <mxCell id="OnUyD9epwY-l-0xxfrMa-11" value="" style="endArrow=none;html=1;rounded=0;entryX=1;entryY=0.5;entryDx=0;entryDy=0;exitX=0;exitY=0.5;exitDx=0;exitDy=0;" parent="1" source="7C67GhcwbR5JgGBr9r55-15" target="OnUyD9epwY-l-0xxfrMa-9" edge="1">
                    <mxGeometry width="50" height="50" relative="1" as="geometry">
                        <mxPoint x="310" y="260" as="sourcePoint"/>
                        <mxPoint x="200" y="205" as="targetPoint"/>
                    </mxGeometry>
                </mxCell>
                <mxCell id="OnUyD9epwY-l-0xxfrMa-12" value="Web Browser&lt;br&gt;with&lt;br&gt;Admin/Debug Web UI" style="rounded=1;whiteSpace=wrap;html=1;" parent="1" vertex="1">
                    <mxGeometry x="40" y="258" width="150" height="40" as="geometry"/>
                </mxCell>
                <mxCell id="OnUyD9epwY-l-0xxfrMa-17" value="" style="endArrow=none;html=1;rounded=0;entryX=1;entryY=0.5;entryDx=0;entryDy=0;exitX=0;exitY=0.5;exitDx=0;exitDy=0;" parent="1" source="7C67GhcwbR5JgGBr9r55-41" target="7C67GhcwbR5JgGBr9r55-15" edge="1">
                    <mxGeometry width="50" height="50" relative="1" as="geometry">
                        <mxPoint x="361.47" y="241" as="sourcePoint"/>
                        <mxPoint x="232.47" y="206" as="targetPoint"/>
                    </mxGeometry>
                </mxCell>
                <mxCell id="OnUyD9epwY-l-0xxfrMa-18" value="" style="endArrow=none;html=1;rounded=0;exitX=1;exitY=0.5;exitDx=0;exitDy=0;entryX=0;entryY=0.5;entryDx=0;entryDy=0;" parent="1" source="OnUyD9epwY-l-0xxfrMa-12" target="3" edge="1">
                    <mxGeometry width="50" height="50" relative="1" as="geometry">
                        <mxPoint x="520" y="575" as="sourcePoint"/>
                        <mxPoint x="346" y="272" as="targetPoint"/>
                    </mxGeometry>
                </mxCell>
                <mxCell id="OnUyD9epwY-l-0xxfrMa-19" value="" style="endArrow=none;html=1;rounded=0;entryX=0;entryY=0.5;entryDx=0;entryDy=0;exitX=1;exitY=0.5;exitDx=0;exitDy=0;" parent="1" target="7C67GhcwbR5JgGBr9r55-41" edge="1">
                    <mxGeometry width="50" height="50" relative="1" as="geometry">
                        <mxPoint x="407.24" y="272" as="sourcePoint"/>
                        <mxPoint x="530.24" y="340" as="targetPoint"/>
                    </mxGeometry>
                </mxCell>
                <mxCell id="OnUyD9epwY-l-0xxfrMa-21" value="SSH Sessions" style="rounded=1;whiteSpace=wrap;html=1;" parent="1" vertex="1">
                    <mxGeometry x="40" y="334" width="150" height="40" as="geometry"/>
                </mxCell>
                <mxCell id="OnUyD9epwY-l-0xxfrMa-22" value="" style="endArrow=none;html=1;rounded=0;exitX=1;exitY=0.5;exitDx=0;exitDy=0;entryX=0;entryY=0.5;entryDx=0;entryDy=0;" parent="1" source="OnUyD9epwY-l-0xxfrMa-24" target="7C67GhcwbR5JgGBr9r55-36" edge="1">
                    <mxGeometry width="50" height="50" relative="1" as="geometry">
                        <mxPoint x="416.24" y="354" as="sourcePoint"/>
                        <mxPoint x="602.47" y="531" as="targetPoint"/>
                    </mxGeometry>
                </mxCell>
                <mxCell id="OnUyD9epwY-l-0xxfrMa-25" value="" style="endArrow=none;html=1;rounded=0;exitX=1;exitY=0.5;exitDx=0;exitDy=0;entryX=0;entryY=0.5;entryDx=0;entryDy=0;" parent="1" source="OnUyD9epwY-l-0xxfrMa-21" target="OnUyD9epwY-l-0xxfrMa-24" edge="1">
                    <mxGeometry width="50" height="50" relative="1" as="geometry">
                        <mxPoint x="190" y="374" as="sourcePoint"/>
                        <mxPoint x="430" y="324" as="targetPoint"/>
                    </mxGeometry>
                </mxCell>
                <mxCell id="OnUyD9epwY-l-0xxfrMa-24" value="SSH Protocol" style="html=1;whiteSpace=wrap;container=1;recursiveResize=0;collapsible=0;labelBackgroundColor=#FF9999;fontColor=#331A00;rotation=0;" parent="1" vertex="1">
                    <mxGeometry x="336.24" y="344" width="80" height="20" as="geometry"/>
                </mxCell>
                <mxCell id="wGNIvQwCsBn2g2Wclrgp-1" value="" style="endArrow=classic;startArrow=classic;html=1;rounded=0;startFill=1;endFill=1;entryX=0;entryY=0.5;entryDx=0;entryDy=0;exitX=1;exitY=1;exitDx=0;exitDy=0;" parent="1" source="7C67GhcwbR5JgGBr9r55-43" target="7C67GhcwbR5JgGBr9r55-47" edge="1">
                    <mxGeometry width="50" height="50" relative="1" as="geometry">
                        <mxPoint x="730" y="290" as="sourcePoint"/>
                        <mxPoint x="910" y="284" as="targetPoint"/>
                    </mxGeometry>
                </mxCell>
                <mxCell id="wGNIvQwCsBn2g2Wclrgp-14" value="DHCP" style="html=1;whiteSpace=wrap;container=1;recursiveResize=0;collapsible=0;labelBackgroundColor=#ff9999;fontColor=#331A00;" parent="1" vertex="1">
                    <mxGeometry x="865" y="328.5" width="50" height="20" as="geometry"/>
                </mxCell>
                <mxCell id="wGNIvQwCsBn2g2Wclrgp-17" value="HTTP" style="html=1;whiteSpace=wrap;container=1;recursiveResize=0;collapsible=0;labelBackgroundColor=#ff9999;fontColor=#331A00;" parent="1" vertex="1">
                    <mxGeometry x="973.5" y="328.5" width="50" height="20" as="geometry"/>
                </mxCell>
                <mxCell id="wGNIvQwCsBn2g2Wclrgp-26" value="10G" style="text;html=1;align=center;verticalAlign=middle;whiteSpace=wrap;rounded=0;" parent="1" vertex="1">
                    <mxGeometry x="510.79" y="691" width="37" height="17" as="geometry"/>
                </mxCell>
                <mxCell id="wGNIvQwCsBn2g2Wclrgp-27" value="10G" style="text;html=1;align=center;verticalAlign=middle;whiteSpace=wrap;rounded=0;" parent="1" vertex="1">
                    <mxGeometry x="279.03999999999996" y="689.5" width="37" height="17" as="geometry"/>
                </mxCell>
                <mxCell id="wGNIvQwCsBn2g2Wclrgp-28" value="50G" style="text;html=1;align=center;verticalAlign=middle;whiteSpace=wrap;rounded=0;" parent="1" vertex="1">
                    <mxGeometry x="155.03999999999996" y="649" width="37" height="17" as="geometry"/>
                </mxCell>
                <mxCell id="wGNIvQwCsBn2g2Wclrgp-29" value="10G" style="text;html=1;align=center;verticalAlign=middle;whiteSpace=wrap;rounded=0;" parent="1" vertex="1">
                    <mxGeometry x="370.24" y="691" width="37" height="17" as="geometry"/>
                </mxCell>
                <mxCell id="wGNIvQwCsBn2g2Wclrgp-30" value="scout" style="rounded=1;whiteSpace=wrap;html=1;" parent="1" vertex="1">
                    <mxGeometry x="903.01" y="497" width="86.99" height="30" as="geometry"/>
                </mxCell>
                <mxCell id="wGNIvQwCsBn2g2Wclrgp-31" value="FMDS" style="rounded=1;whiteSpace=wrap;html=1;" parent="1" vertex="1">
                    <mxGeometry x="911.88" y="464" width="69.25" height="18" as="geometry"/>
                </mxCell>
                <mxCell id="wGNIvQwCsBn2g2Wclrgp-35" value="" style="endArrow=none;html=1;rounded=0;exitX=1;exitY=0.5;exitDx=0;exitDy=0;entryX=0.5;entryY=1;entryDx=0;entryDy=0;endFill=0;startArrow=classic;startFill=1;" parent="1" source="wGNIvQwCsBn2g2Wclrgp-31" target="wGNIvQwCsBn2g2Wclrgp-17" edge="1">
                    <mxGeometry width="50" height="50" relative="1" as="geometry">
                        <mxPoint x="1000" y="449" as="sourcePoint"/>
                        <mxPoint x="1050" y="399" as="targetPoint"/>
                        <Array as="points">
                            <mxPoint x="999" y="473"/>
                        </Array>
                    </mxGeometry>
                </mxCell>
                <mxCell id="wGNIvQwCsBn2g2Wclrgp-36" value="" style="endArrow=none;html=1;rounded=0;exitX=0;exitY=0.5;exitDx=0;exitDy=0;entryX=0.5;entryY=1;entryDx=0;entryDy=0;startArrow=classic;startFill=1;endFill=0;" parent="1" source="7C67GhcwbR5JgGBr9r55-45" target="wGNIvQwCsBn2g2Wclrgp-14" edge="1">
                    <mxGeometry width="50" height="50" relative="1" as="geometry">
                        <mxPoint x="690" y="593" as="sourcePoint"/>
                        <mxPoint x="740" y="543" as="targetPoint"/>
                        <Array as="points">
                            <mxPoint x="890" y="412"/>
                        </Array>
                    </mxGeometry>
                </mxCell>
                <mxCell id="4" value="" style="edgeStyle=none;html=1;" parent="1" source="3" target="7C67GhcwbR5JgGBr9r55-41" edge="1">
                    <mxGeometry relative="1" as="geometry"/>
                </mxCell>
                <mxCell id="3" value="&lt;span style=&quot;color: rgb(51, 26, 0);&quot;&gt;HTTP&lt;/span&gt;" style="html=1;whiteSpace=wrap;container=1;recursiveResize=0;collapsible=0;labelBackgroundColor=#ff9999;fontColor=#331A00;" parent="1" vertex="1">
                    <mxGeometry x="352.54" y="262" width="50" height="20" as="geometry"/>
                </mxCell>
            </root>
        </mxGraphModel>
    </diagram>
    <diagram name="Kubernetes" id="-O-d0_eQSab2sLmqHkr_">
        <mxGraphModel grid="1" page="1" gridSize="10" guides="1" tooltips="1" connect="1" arrows="1" fold="1" pageScale="1" pageWidth="1100" pageHeight="850" math="0" shadow="0" extFonts="Permanent Marker^https://fonts.googleapis.com/css?family=Permanent+Marker">
            <root>
                <mxCell id="gEkgmgHun6Yu0VTyJnJJ-0"/>
                <mxCell id="gEkgmgHun6Yu0VTyJnJJ-1" parent="gEkgmgHun6Yu0VTyJnJJ-0"/>
-                 <mxCell id="gEkgmgHun6Yu0VTyJnJJ-4" value="Forge System" style="rounded=1;whiteSpace=wrap;html=1;verticalAlign=top;strokeColor=#4be811;" vertex="1" parent="gEkgmgHun6Yu0VTyJnJJ-1">
+                 <mxCell id="gEkgmgHun6Yu0VTyJnJJ-4" value="NICo System" style="rounded=1;whiteSpace=wrap;html=1;verticalAlign=top;strokeColor=#4be811;" vertex="1" parent="gEkgmgHun6Yu0VTyJnJJ-1">
                    <mxGeometry x="37.13" y="137.75" width="158.5" height="233.5" as="geometry"/>
                </mxCell>
                <mxCell id="gEkgmgHun6Yu0VTyJnJJ-6" value="Elektra" style="rounded=1;whiteSpace=wrap;html=1;verticalAlign=top;" vertex="1" parent="gEkgmgHun6Yu0VTyJnJJ-1">
                    <mxGeometry x="687.5" y="658.5" width="150" height="60" as="geometry"/>
                </mxCell>
-                 <mxCell id="gEkgmgHun6Yu0VTyJnJJ-7" value="forge-pg-cluster-{0..2}" style="rounded=1;whiteSpace=wrap;html=1;fillColor=#dae8fc;strokeColor=#6c8ebf;" vertex="1" parent="gEkgmgHun6Yu0VTyJnJJ-1">
+                 <mxCell id="gEkgmgHun6Yu0VTyJnJJ-7" value="nico-pg-cluster-{0..2}" style="rounded=1;whiteSpace=wrap;html=1;fillColor=#dae8fc;strokeColor=#6c8ebf;" vertex="1" parent="gEkgmgHun6Yu0VTyJnJJ-1">
                    <mxGeometry x="371.13" y="568.5" width="127.5" height="21" as="geometry"/>
                </mxCell>
                <mxCell id="gEkgmgHun6Yu0VTyJnJJ-8" value="vault-{0..2}" style="rounded=1;whiteSpace=wrap;html=1;fillColor=#dae8fc;strokeColor=#6c8ebf;" vertex="1" parent="gEkgmgHun6Yu0VTyJnJJ-1">
                    <mxGeometry x="163.13" y="568.5" width="80" height="21" as="geometry"/>
                </mxCell>
                <mxCell id="gEkgmgHun6Yu0VTyJnJJ-11" value="" style="shape=datastore;whiteSpace=wrap;html=1;fillColor=#dae8fc;strokeColor=#6c8ebf;" vertex="1" parent="gEkgmgHun6Yu0VTyJnJJ-1">
                    <mxGeometry x="163.13" y="619" width="60" height="60" as="geometry"/>
                </mxCell>
                <mxCell id="gEkgmgHun6Yu0VTyJnJJ-12" value="" style="shape=datastore;whiteSpace=wrap;html=1;fillColor=#dae8fc;strokeColor=#6c8ebf;" vertex="1" parent="gEkgmgHun6Yu0VTyJnJJ-1">
                    <mxGeometry x="173.13" y="629" width="60" height="60" as="geometry"/>
                </mxCell>
                <mxCell id="gEkgmgHun6Yu0VTyJnJJ-13" value="PV&lt;br&gt;data-vault" style="shape=datastore;whiteSpace=wrap;html=1;fillColor=#dae8fc;strokeColor=#6c8ebf;" vertex="1" parent="gEkgmgHun6Yu0VTyJnJJ-1">
                    <mxGeometry x="183.13" y="639" width="60" height="60" as="geometry"/>
                </mxCell>
                <mxCell id="gEkgmgHun6Yu0VTyJnJJ-14" value="" style="shape=datastore;whiteSpace=wrap;html=1;fillColor=#dae8fc;strokeColor=#6c8ebf;" vertex="1" parent="gEkgmgHun6Yu0VTyJnJJ-1">
                    <mxGeometry x="394.88" y="620.5" width="60" height="60" as="geometry"/>
                </mxCell>
                <mxCell id="gEkgmgHun6Yu0VTyJnJJ-15" value="" style="shape=datastore;whiteSpace=wrap;html=1;fillColor=#dae8fc;strokeColor=#6c8ebf;" vertex="1" parent="gEkgmgHun6Yu0VTyJnJJ-1">
                    <mxGeometry x="404.88" y="630.5" width="60" height="60" as="geometry"/>
                </mxCell>
                <mxCell id="gEkgmgHun6Yu0VTyJnJJ-16" value="PV&lt;br&gt;pgdata" style="shape=datastore;whiteSpace=wrap;html=1;fillColor=#dae8fc;strokeColor=#6c8ebf;" vertex="1" parent="gEkgmgHun6Yu0VTyJnJJ-1">
                    <mxGeometry x="414.88" y="640.5" width="60" height="60" as="geometry"/>
                </mxCell>
-                 <mxCell id="gEkgmgHun6Yu0VTyJnJJ-17" value="carbide-api" style="rounded=1;whiteSpace=wrap;html=1;fillColor=#e1d5e7;strokeColor=#9673a6;flipV=1;flipH=1;" vertex="1" parent="gEkgmgHun6Yu0VTyJnJJ-1">
+                 <mxCell id="gEkgmgHun6Yu0VTyJnJJ-17" value="nico-api" style="rounded=1;whiteSpace=wrap;html=1;fillColor=#e1d5e7;strokeColor=#9673a6;flipV=1;flipH=1;" vertex="1" parent="gEkgmgHun6Yu0VTyJnJJ-1">
                    <mxGeometry x="45.63" y="170.25" width="140" height="19" as="geometry"/>
                </mxCell>
                <mxCell id="gEkgmgHun6Yu0VTyJnJJ-39" value="loki-0" style="rounded=1;whiteSpace=wrap;html=1;labelBackgroundColor=none;fillColor=#dae8fc;strokeColor=#6c8ebf;" vertex="1" parent="gEkgmgHun6Yu0VTyJnJJ-1">
                    <mxGeometry x="52.129999999999995" y="568.5" width="80" height="21" as="geometry"/>
                </mxCell>
                <mxCell id="gEkgmgHun6Yu0VTyJnJJ-40" value="" style="shape=datastore;whiteSpace=wrap;html=1;fillColor=#dae8fc;strokeColor=#6c8ebf;" vertex="1" parent="gEkgmgHun6Yu0VTyJnJJ-1">
                    <mxGeometry x="253.13" y="619" width="60" height="60" as="geometry"/>
                </mxCell>
                <mxCell id="gEkgmgHun6Yu0VTyJnJJ-41" value="" style="shape=datastore;whiteSpace=wrap;html=1;fillColor=#dae8fc;strokeColor=#6c8ebf;" vertex="1" parent="gEkgmgHun6Yu0VTyJnJJ-1">
                    <mxGeometry x="263.13" y="629" width="60" height="60" as="geometry"/>
                </mxCell>
                <mxCell id="gEkgmgHun6Yu0VTyJnJJ-42" value="PV&lt;br&gt;audit-vault" style="shape=datastore;whiteSpace=wrap;html=1;fillColor=#dae8fc;strokeColor=#6c8ebf;" vertex="1" parent="gEkgmgHun6Yu0VTyJnJJ-1">
                    <mxGeometry x="273.13" y="639" width="60" height="60" as="geometry"/>
                </mxCell>
                <mxCell id="gEkgmgHun6Yu0VTyJnJJ-43" value="Postgres" style="rounded=1;whiteSpace=wrap;html=1;strokeWidth=1;perimeterSpacing=1;fillColor=none;verticalAlign=top;" vertex="1" parent="gEkgmgHun6Yu0VTyJnJJ-1">
                    <mxGeometry x="354.88" y="539.5" width="160" height="170" as="geometry"/>
                </mxCell>
                <mxCell id="gEkgmgHun6Yu0VTyJnJJ-44" value="Vault" style="rounded=1;whiteSpace=wrap;html=1;strokeWidth=1;perimeterSpacing=1;fillColor=none;verticalAlign=top;" vertex="1" parent="gEkgmgHun6Yu0VTyJnJJ-1">
                    <mxGeometry x="153.63" y="539.5" width="191.5" height="170" as="geometry"/>
                </mxCell>
                <mxCell id="gEkgmgHun6Yu0VTyJnJJ-48" value="PV &lt;br&gt;storage" style="shape=datastore;whiteSpace=wrap;html=1;fillColor=#dae8fc;strokeColor=#6c8ebf;" vertex="1" parent="gEkgmgHun6Yu0VTyJnJJ-1">
                    <mxGeometry x="62.129999999999995" y="598.5" width="60" height="60" as="geometry"/>
                </mxCell>
                <mxCell id="gEkgmgHun6Yu0VTyJnJJ-49" value="Loki" style="rounded=1;whiteSpace=wrap;html=1;strokeWidth=1;perimeterSpacing=1;fillColor=none;verticalAlign=top;" vertex="1" parent="gEkgmgHun6Yu0VTyJnJJ-1">
                    <mxGeometry x="37.129999999999995" y="540.5" width="110" height="130" as="geometry"/>
                </mxCell>
                <mxCell id="gEkgmgHun6Yu0VTyJnJJ-57" value="replicaset" style="rounded=1;whiteSpace=wrap;html=1;fillColor=#e1d5e7;strokeColor=#9673a6;" vertex="1" parent="gEkgmgHun6Yu0VTyJnJJ-1">
                    <mxGeometry x="992" y="795" width="100" height="19" as="geometry"/>
                </mxCell>
                <mxCell id="gEkgmgHun6Yu0VTyJnJJ-58" value="statefulset" style="rounded=1;whiteSpace=wrap;html=1;fillColor=#dae8fc;strokeColor=#6c8ebf;" vertex="1" parent="gEkgmgHun6Yu0VTyJnJJ-1">
                    <mxGeometry x="992" y="770" width="100" height="19" as="geometry"/>
                </mxCell>
                <mxCell id="gEkgmgHun6Yu0VTyJnJJ-59" value="postgres-operator" style="rounded=1;whiteSpace=wrap;html=1;fillColor=#ffe6cc;strokeColor=#d79b00;" vertex="1" parent="gEkgmgHun6Yu0VTyJnJJ-1">
                    <mxGeometry x="370.88" y="592.5" width="128" height="19" as="geometry"/>
                </mxCell>
                <mxCell id="gEkgmgHun6Yu0VTyJnJJ-60" value="alpine" style="rounded=1;whiteSpace=wrap;html=1;fillColor=#ffe6cc;strokeColor=#d79b00;" vertex="1" parent="gEkgmgHun6Yu0VTyJnJJ-1">
                    <mxGeometry x="163.13" y="592.5" width="80" height="21" as="geometry"/>
                </mxCell>
                <mxCell id="gEkgmgHun6Yu0VTyJnJJ-61" value="vault-agent-injector" style="rounded=1;whiteSpace=wrap;html=1;fillColor=#e1d5e7;strokeColor=#9673a6;" vertex="1" parent="gEkgmgHun6Yu0VTyJnJJ-1">
                    <mxGeometry x="248.63" y="569.5" width="80" height="33" as="geometry"/>
                </mxCell>
                <mxCell id="gEkgmgHun6Yu0VTyJnJJ-62" value="pod" style="rounded=1;whiteSpace=wrap;html=1;fillColor=#ffe6cc;strokeColor=#d79b00;" vertex="1" parent="gEkgmgHun6Yu0VTyJnJJ-1">
                    <mxGeometry x="992" y="744" width="100" height="19" as="geometry"/>
                </mxCell>
                <mxCell id="gEkgmgHun6Yu0VTyJnJJ-63" value="elektra-site-agent{0..2}" style="rounded=1;whiteSpace=wrap;html=1;fillColor=#dae8fc;strokeColor=#6c8ebf;" vertex="1" parent="gEkgmgHun6Yu0VTyJnJJ-1">
                    <mxGeometry x="697.5" y="687.5" width="130" height="19" as="geometry"/>
                </mxCell>
                <mxCell id="gEkgmgHun6Yu0VTyJnJJ-64" value="ArgoCD" style="rounded=1;whiteSpace=wrap;html=1;verticalAlign=top;" vertex="1" parent="gEkgmgHun6Yu0VTyJnJJ-1">
                    <mxGeometry x="550" y="137.5" width="150" height="292" as="geometry"/>
                </mxCell>
                <mxCell id="gEkgmgHun6Yu0VTyJnJJ-65" value="argocd-server" style="rounded=1;whiteSpace=wrap;html=1;fillColor=#e1d5e7;strokeColor=#9673a6;" vertex="1" parent="gEkgmgHun6Yu0VTyJnJJ-1">
                    <mxGeometry x="562.5" y="224.5" width="125" height="19" as="geometry"/>
                </mxCell>
                <mxCell id="gEkgmgHun6Yu0VTyJnJJ-66" value="argocd-application-controller-0" style="rounded=1;whiteSpace=wrap;html=1;fillColor=#dae8fc;strokeColor=#6c8ebf;" vertex="1" parent="gEkgmgHun6Yu0VTyJnJJ-1">
                    <mxGeometry x="562.5" y="160.5" width="125" height="37" as="geometry"/>
                </mxCell>
                <mxCell id="gEkgmgHun6Yu0VTyJnJJ-67" value="argocd-notifications-controller" style="rounded=1;whiteSpace=wrap;html=1;fillColor=#e1d5e7;strokeColor=#9673a6;" vertex="1" parent="gEkgmgHun6Yu0VTyJnJJ-1">
                    <mxGeometry x="562.5" y="362.5" width="125" height="28.5" as="geometry"/>
                </mxCell>
                <mxCell id="gEkgmgHun6Yu0VTyJnJJ-68" value="argo-workflows-workflow-controller" style="rounded=1;whiteSpace=wrap;html=1;fillColor=#e1d5e7;strokeColor=#9673a6;" vertex="1" parent="gEkgmgHun6Yu0VTyJnJJ-1">
                    <mxGeometry x="562.5" y="247.5" width="125" height="30" as="geometry"/>
                </mxCell>
                <mxCell id="gEkgmgHun6Yu0VTyJnJJ-69" value="argocd-applicationset-controller" style="rounded=1;whiteSpace=wrap;html=1;fillColor=#e1d5e7;strokeColor=#9673a6;" vertex="1" parent="gEkgmgHun6Yu0VTyJnJJ-1">
                    <mxGeometry x="562.5" y="282.5" width="125" height="30" as="geometry"/>
                </mxCell>
                <mxCell id="gEkgmgHun6Yu0VTyJnJJ-70" value="argo-image-updater" style="rounded=1;whiteSpace=wrap;html=1;fillColor=#e1d5e7;strokeColor=#9673a6;" vertex="1" parent="gEkgmgHun6Yu0VTyJnJJ-1">
                    <mxGeometry x="562.5" y="201.5" width="125" height="19" as="geometry"/>
                </mxCell>
                <mxCell id="gEkgmgHun6Yu0VTyJnJJ-71" value="argocd-dex-server" style="rounded=1;whiteSpace=wrap;html=1;fillColor=#e1d5e7;strokeColor=#9673a6;" vertex="1" parent="gEkgmgHun6Yu0VTyJnJJ-1">
                    <mxGeometry x="562.5" y="315.5" width="125" height="19" as="geometry"/>
                </mxCell>
                <mxCell id="gEkgmgHun6Yu0VTyJnJJ-72" value="argocd-redis" style="rounded=1;whiteSpace=wrap;html=1;fillColor=#e1d5e7;strokeColor=#9673a6;" vertex="1" parent="gEkgmgHun6Yu0VTyJnJJ-1">
                    <mxGeometry x="562.5" y="338.5" width="125" height="19" as="geometry"/>
                </mxCell>
                <mxCell id="gEkgmgHun6Yu0VTyJnJJ-73" value="argocd-repo-server" style="rounded=1;whiteSpace=wrap;html=1;fillColor=#e1d5e7;strokeColor=#9673a6;" vertex="1" parent="gEkgmgHun6Yu0VTyJnJJ-1">
                    <mxGeometry x="562.5" y="395.5" width="125" height="19" as="geometry"/>
                </mxCell>
                <mxCell id="gEkgmgHun6Yu0VTyJnJJ-74" value="daemonset" style="rounded=1;whiteSpace=wrap;html=1;fillColor=#f5f5f5;strokeColor=#666666;fontColor=#333333;" vertex="1" parent="gEkgmgHun6Yu0VTyJnJJ-1">
                    <mxGeometry x="992" y="820" width="100" height="19" as="geometry"/>
                </mxCell>
                <mxCell id="gEkgmgHun6Yu0VTyJnJJ-75" value="metallb-controller" style="rounded=1;whiteSpace=wrap;html=1;labelBackgroundColor=none;fillColor=#e1d5e7;strokeColor=#9673a6;" vertex="1" parent="gEkgmgHun6Yu0VTyJnJJ-1">
                    <mxGeometry x="888.88" y="166.5" width="110" height="21" as="geometry"/>
                </mxCell>
                <mxCell id="gEkgmgHun6Yu0VTyJnJJ-76" value="MetalLB" style="rounded=1;whiteSpace=wrap;html=1;strokeWidth=1;perimeterSpacing=1;fillColor=none;verticalAlign=top;" vertex="1" parent="gEkgmgHun6Yu0VTyJnJJ-1">
                    <mxGeometry x="868.88" y="137.5" width="150" height="90" as="geometry"/>
                </mxCell>
                <mxCell id="gEkgmgHun6Yu0VTyJnJJ-77" value="metallb-speaker" style="rounded=1;whiteSpace=wrap;html=1;labelBackgroundColor=none;fillColor=#f5f5f5;strokeColor=#666666;fontColor=#333333;" vertex="1" parent="gEkgmgHun6Yu0VTyJnJJ-1">
                    <mxGeometry x="888.88" y="193.5" width="110" height="21" as="geometry"/>
                </mxCell>
                <mxCell id="gEkgmgHun6Yu0VTyJnJJ-78" value="efa" style="rounded=1;whiteSpace=wrap;html=1;labelBackgroundColor=none;fillColor=#e1d5e7;strokeColor=#9673a6;" vertex="1" parent="gEkgmgHun6Yu0VTyJnJJ-1">
                    <mxGeometry x="888.88" y="270.5" width="110" height="21" as="geometry"/>
                </mxCell>
                <mxCell id="gEkgmgHun6Yu0VTyJnJJ-79" value="Elastic Fabric Adapter" style="rounded=1;whiteSpace=wrap;html=1;strokeWidth=1;perimeterSpacing=1;fillColor=none;verticalAlign=top;" vertex="1" parent="gEkgmgHun6Yu0VTyJnJJ-1">
                    <mxGeometry x="868.88" y="242.5" width="150" height="64" as="geometry"/>
                </mxCell>
                <mxCell id="gEkgmgHun6Yu0VTyJnJJ-80" value="EGX System" style="rounded=1;whiteSpace=wrap;html=1;verticalAlign=top;" vertex="1" parent="gEkgmgHun6Yu0VTyJnJJ-1">
                    <mxGeometry x="708" y="137.5" width="150" height="347" as="geometry"/>
                </mxCell>
                <mxCell id="gEkgmgHun6Yu0VTyJnJJ-81" value="edge-webhook-reconciler" style="rounded=1;whiteSpace=wrap;html=1;fillColor=#e1d5e7;strokeColor=#9673a6;" vertex="1" parent="gEkgmgHun6Yu0VTyJnJJ-1">
                    <mxGeometry x="720.5" y="209" width="125" height="32" as="geometry"/>
                </mxCell>
                <mxCell id="gEkgmgHun6Yu0VTyJnJJ-82" value="eac-sysapp" style="rounded=1;whiteSpace=wrap;html=1;fillColor=#e1d5e7;strokeColor=#9673a6;" vertex="1" parent="gEkgmgHun6Yu0VTyJnJJ-1">
                    <mxGeometry x="720.5" y="165.5" width="125" height="17" as="geometry"/>
                </mxCell>
                <mxCell id="gEkgmgHun6Yu0VTyJnJJ-83" value="gpu-operator-node-feature-discovery-worker" style="rounded=1;whiteSpace=wrap;html=1;fillColor=#f5f5f5;strokeColor=#666666;fontColor=#333333;" vertex="1" parent="gEkgmgHun6Yu0VTyJnJJ-1">
                    <mxGeometry x="720.5" y="404.5" width="125" height="45" as="geometry"/>
                </mxCell>
                <mxCell id="gEkgmgHun6Yu0VTyJnJJ-84" value="egx-krs" style="rounded=1;whiteSpace=wrap;html=1;fillColor=#e1d5e7;strokeColor=#9673a6;" vertex="1" parent="gEkgmgHun6Yu0VTyJnJJ-1">
                    <mxGeometry x="720.5" y="244.5" width="125" height="20" as="geometry"/>
                </mxCell>
                <mxCell id="gEkgmgHun6Yu0VTyJnJJ-85" value="fc-edge-proxy" style="rounded=1;whiteSpace=wrap;html=1;fillColor=#f5f5f5;strokeColor=#666666;fontColor=#333333;" vertex="1" parent="gEkgmgHun6Yu0VTyJnJJ-1">
                    <mxGeometry x="720.5" y="375.5" width="125" height="25" as="geometry"/>
                </mxCell>
                <mxCell id="gEkgmgHun6Yu0VTyJnJJ-86" value="edge-secret-reconciler" style="rounded=1;whiteSpace=wrap;html=1;fillColor=#e1d5e7;strokeColor=#9673a6;" vertex="1" parent="gEkgmgHun6Yu0VTyJnJJ-1">
                    <mxGeometry x="720.5" y="186.5" width="125" height="19" as="geometry"/>
                </mxCell>
                <mxCell id="gEkgmgHun6Yu0VTyJnJJ-87" value="gpu-operator-node-feature-discovery-master" style="rounded=1;whiteSpace=wrap;html=1;fillColor=#e1d5e7;strokeColor=#9673a6;" vertex="1" parent="gEkgmgHun6Yu0VTyJnJJ-1">
                    <mxGeometry x="720.5" y="289.5" width="125" height="50" as="geometry"/>
                </mxCell>
                <mxCell id="gEkgmgHun6Yu0VTyJnJJ-88" value="edge-logging-egx-fluent-bit" style="rounded=1;whiteSpace=wrap;html=1;fillColor=#f5f5f5;strokeColor=#666666;fontColor=#333333;" vertex="1" parent="gEkgmgHun6Yu0VTyJnJJ-1">
                    <mxGeometry x="720.5" y="343.5" width="125" height="29" as="geometry"/>
                </mxCell>
                <mxCell id="gEkgmgHun6Yu0VTyJnJJ-89" value="gpu-operator" style="rounded=1;whiteSpace=wrap;html=1;fillColor=#e1d5e7;strokeColor=#9673a6;" vertex="1" parent="gEkgmgHun6Yu0VTyJnJJ-1">
                    <mxGeometry x="720.5" y="267.5" width="125" height="19" as="geometry"/>
                </mxCell>
                <mxCell id="gEkgmgHun6Yu0VTyJnJJ-90" value="telegraf-egx-telegraf" style="rounded=1;whiteSpace=wrap;html=1;fillColor=#f5f5f5;strokeColor=#666666;fontColor=#333333;" vertex="1" parent="gEkgmgHun6Yu0VTyJnJJ-1">
                    <mxGeometry x="720.5" y="452.5" width="125" height="20" as="geometry"/>
                </mxCell>
-                 <mxCell id="2F0rNNZ-FCX-Fdvm6hQ3-0" value="carbide-dhcp" style="rounded=1;whiteSpace=wrap;html=1;fillColor=#e1d5e7;strokeColor=#9673a6;flipV=1;flipH=1;" vertex="1" parent="gEkgmgHun6Yu0VTyJnJJ-1">
+                 <mxCell id="2F0rNNZ-FCX-Fdvm6hQ3-0" value="nico-dhcp" style="rounded=1;whiteSpace=wrap;html=1;fillColor=#e1d5e7;strokeColor=#9673a6;flipV=1;flipH=1;" vertex="1" parent="gEkgmgHun6Yu0VTyJnJJ-1">
                    <mxGeometry x="45.63" y="194.25" width="140" height="19" as="geometry"/>
                </mxCell>
-                 <mxCell id="2F0rNNZ-FCX-Fdvm6hQ3-1" value="carbide-hardware-health" style="rounded=1;whiteSpace=wrap;html=1;fillColor=#e1d5e7;strokeColor=#9673a6;flipV=1;flipH=1;" vertex="1" parent="gEkgmgHun6Yu0VTyJnJJ-1">
+                 <mxCell id="2F0rNNZ-FCX-Fdvm6hQ3-1" value="nico-hardware-health" style="rounded=1;whiteSpace=wrap;html=1;fillColor=#e1d5e7;strokeColor=#9673a6;flipV=1;flipH=1;" vertex="1" parent="gEkgmgHun6Yu0VTyJnJJ-1">
                    <mxGeometry x="45.63" y="217.25" width="140" height="19" as="geometry"/>
                </mxCell>
-                 <mxCell id="2F0rNNZ-FCX-Fdvm6hQ3-2" value="carbide-pxe" style="rounded=1;whiteSpace=wrap;html=1;fillColor=#e1d5e7;strokeColor=#9673a6;flipV=1;flipH=1;" vertex="1" parent="gEkgmgHun6Yu0VTyJnJJ-1">
+                 <mxCell id="2F0rNNZ-FCX-Fdvm6hQ3-2" value="nico-pxe" style="rounded=1;whiteSpace=wrap;html=1;fillColor=#e1d5e7;strokeColor=#9673a6;flipV=1;flipH=1;" vertex="1" parent="gEkgmgHun6Yu0VTyJnJJ-1">
                    <mxGeometry x="45.63" y="241.25" width="140" height="19" as="geometry"/>
                </mxCell>
-                 <mxCell id="2F0rNNZ-FCX-Fdvm6hQ3-3" value="carbide-ssh-console" style="rounded=1;whiteSpace=wrap;html=1;fillColor=#e1d5e7;strokeColor=#9673a6;flipV=1;flipH=1;" vertex="1" parent="gEkgmgHun6Yu0VTyJnJJ-1">
+                 <mxCell id="2F0rNNZ-FCX-Fdvm6hQ3-3" value="nico-ssh-console" style="rounded=1;whiteSpace=wrap;html=1;fillColor=#e1d5e7;strokeColor=#9673a6;flipV=1;flipH=1;" vertex="1" parent="gEkgmgHun6Yu0VTyJnJJ-1">
                    <mxGeometry x="45.63" y="264.25" width="140" height="19" as="geometry"/>
                </mxCell>
-                 <mxCell id="2F0rNNZ-FCX-Fdvm6hQ3-4" value="forge-unbound" style="rounded=1;whiteSpace=wrap;html=1;fillColor=#e1d5e7;strokeColor=#9673a6;flipV=1;flipH=1;" vertex="1" parent="gEkgmgHun6Yu0VTyJnJJ-1">
+                 <mxCell id="2F0rNNZ-FCX-Fdvm6hQ3-4" value="nico-unbound" style="rounded=1;whiteSpace=wrap;html=1;fillColor=#e1d5e7;strokeColor=#9673a6;flipV=1;flipH=1;" vertex="1" parent="gEkgmgHun6Yu0VTyJnJJ-1">
                    <mxGeometry x="45.63" y="288.25" width="140" height="19" as="geometry"/>
                </mxCell>
-                 <mxCell id="2F0rNNZ-FCX-Fdvm6hQ3-5" value="carbide-dns" style="rounded=1;whiteSpace=wrap;html=1;fillColor=#dae8fc;strokeColor=#6c8ebf;flipV=1;flipH=1;" vertex="1" parent="gEkgmgHun6Yu0VTyJnJJ-1">
+                 <mxCell id="2F0rNNZ-FCX-Fdvm6hQ3-5" value="nico-dns" style="rounded=1;whiteSpace=wrap;html=1;fillColor=#dae8fc;strokeColor=#6c8ebf;flipV=1;flipH=1;" vertex="1" parent="gEkgmgHun6Yu0VTyJnJJ-1">
                    <mxGeometry x="45.63" y="313.25" width="140" height="19" as="geometry"/>
                </mxCell>
                <mxCell id="2F0rNNZ-FCX-Fdvm6hQ3-6" value="frrouting" style="rounded=1;whiteSpace=wrap;html=1;fillColor=#dae8fc;strokeColor=#6c8ebf;flipV=1;flipH=1;" vertex="1" parent="gEkgmgHun6Yu0VTyJnJJ-1">
                    <mxGeometry x="45.63" y="337.25" width="140" height="19" as="geometry"/>
                </mxCell>
-                 <mxCell id="2F0rNNZ-FCX-Fdvm6hQ3-7" value="Forge Monitoring" style="rounded=1;whiteSpace=wrap;html=1;verticalAlign=top;strokeColor=#4be811;" vertex="1" parent="gEkgmgHun6Yu0VTyJnJJ-1">
+                 <mxCell id="2F0rNNZ-FCX-Fdvm6hQ3-7" value="NICo Monitoring" style="rounded=1;whiteSpace=wrap;html=1;verticalAlign=top;strokeColor=#4be811;" vertex="1" parent="gEkgmgHun6Yu0VTyJnJJ-1">
                    <mxGeometry x="205.26" y="137.5" width="158.5" height="282.25" as="geometry"/>
                </mxCell>
                <mxCell id="2F0rNNZ-FCX-Fdvm6hQ3-8" value="blackbox-exporter" style="rounded=1;whiteSpace=wrap;html=1;fillColor=#e1d5e7;strokeColor=#9673a6;flipV=1;flipH=1;" vertex="1" parent="gEkgmgHun6Yu0VTyJnJJ-1">
                    <mxGeometry x="214.51" y="170.25" width="140" height="19" as="geometry"/>
                </mxCell>
-                 <mxCell id="2F0rNNZ-FCX-Fdvm6hQ3-9" value="forge-monitoring-pdx-dev3-grafana" style="rounded=1;whiteSpace=wrap;html=1;fillColor=#e1d5e7;strokeColor=#9673a6;flipV=1;flipH=1;" vertex="1" parent="gEkgmgHun6Yu0VTyJnJJ-1">
+                 <mxCell id="2F0rNNZ-FCX-Fdvm6hQ3-9" value="nico-monitoring-pdx-dev3-grafana" style="rounded=1;whiteSpace=wrap;html=1;fillColor=#e1d5e7;strokeColor=#9673a6;flipV=1;flipH=1;" vertex="1" parent="gEkgmgHun6Yu0VTyJnJJ-1">
                    <mxGeometry x="214.51" y="194.25" width="140" height="35.5" as="geometry"/>
                </mxCell>
-                 <mxCell id="2F0rNNZ-FCX-Fdvm6hQ3-12" value="forge-monitoring-pdx-dev3-kube-state-metrics" style="rounded=1;whiteSpace=wrap;html=1;fillColor=#e1d5e7;strokeColor=#9673a6;flipV=1;flipH=1;" vertex="1" parent="gEkgmgHun6Yu0VTyJnJJ-1">
+                 <mxCell id="2F0rNNZ-FCX-Fdvm6hQ3-12" value="nico-monitoring-pdx-dev3-kube-state-metrics" style="rounded=1;whiteSpace=wrap;html=1;fillColor=#e1d5e7;strokeColor=#9673a6;flipV=1;flipH=1;" vertex="1" parent="gEkgmgHun6Yu0VTyJnJJ-1">
                    <mxGeometry x="214.51" y="233.75" width="140" height="36" as="geometry"/>
                </mxCell>
                <mxCell id="2F0rNNZ-FCX-Fdvm6hQ3-13" value="prometheus-operator-kube-p-operator" style="rounded=1;whiteSpace=wrap;html=1;fillColor=#e1d5e7;strokeColor=#9673a6;flipV=1;flipH=1;" vertex="1" parent="gEkgmgHun6Yu0VTyJnJJ-1">
                    <mxGeometry x="214.51" y="272.75" width="140" height="37.5" as="geometry"/>
                </mxCell>
-                 <mxCell id="2F0rNNZ-FCX-Fdvm6hQ3-14" value="alertmanager-forge-monitoring-pdx-dev3-alertmanager" style="rounded=1;whiteSpace=wrap;html=1;fillColor=#dae8fc;strokeColor=#6c8ebf;flipV=1;flipH=1;" vertex="1" parent="gEkgmgHun6Yu0VTyJnJJ-1">
+                 <mxCell id="2F0rNNZ-FCX-Fdvm6hQ3-14" value="alertmanager-nico-monitoring-pdx-dev3-alertmanager" style="rounded=1;whiteSpace=wrap;html=1;fillColor=#dae8fc;strokeColor=#6c8ebf;flipV=1;flipH=1;" vertex="1" parent="gEkgmgHun6Yu0VTyJnJJ-1">
                    <mxGeometry x="214.51" y="313.25" width="140" height="46.5" as="geometry"/>
                </mxCell>
-                 <mxCell id="2F0rNNZ-FCX-Fdvm6hQ3-15" value="prometheus-forge-monitoring-pdx-dev3-prometheus" style="rounded=1;whiteSpace=wrap;html=1;fillColor=#dae8fc;strokeColor=#6c8ebf;flipV=1;flipH=1;" vertex="1" parent="gEkgmgHun6Yu0VTyJnJJ-1">
+                 <mxCell id="2F0rNNZ-FCX-Fdvm6hQ3-15" value="prometheus-nico-monitoring-pdx-dev3-prometheus" style="rounded=1;whiteSpace=wrap;html=1;fillColor=#dae8fc;strokeColor=#6c8ebf;flipV=1;flipH=1;" vertex="1" parent="gEkgmgHun6Yu0VTyJnJJ-1">
                    <mxGeometry x="214.51" y="364.75" width="140" height="45" as="geometry"/>
                </mxCell>
            </root>
        </mxGraphModel>
    </diagram>
</mxfile>